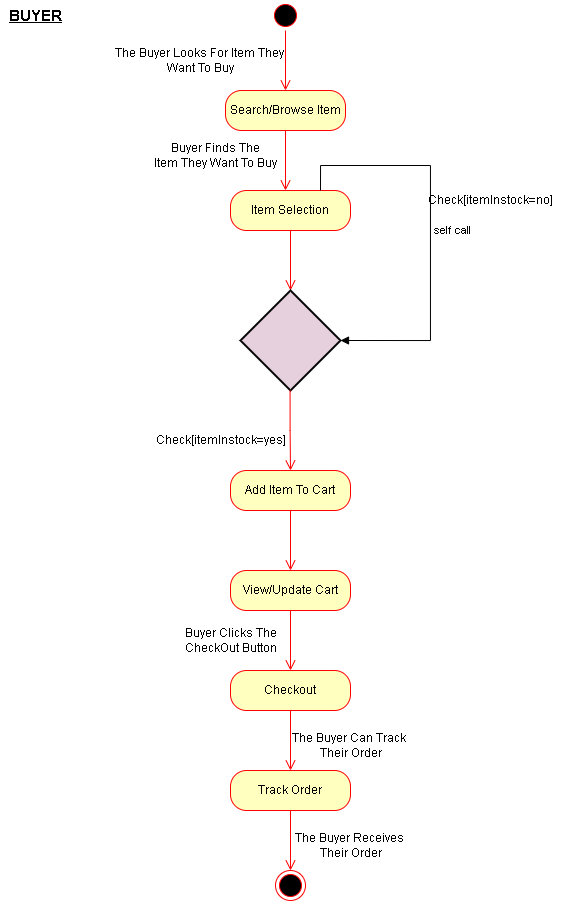
Earlier version of the draw.io export givealittle/UML diagramls/Process View/buyer_activityDiagram.png (tiisetsohub/GiveALittle). Source tidied: cells renumbered, new cells last; positions are measured from the earlier drawing's top-left corner, leaving out a move shared by most shapes.
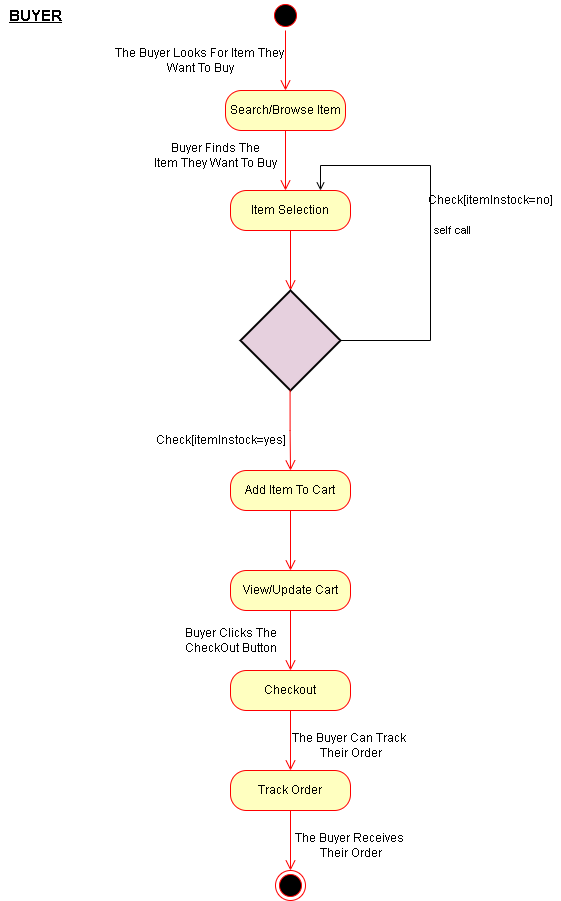
The same diagram one commit later.

What changed in the source:
```diff
@@ -67,7 +67,7 @@
     <mxCell id="18" value="Buyer Finds The&lt;br&gt;Item They Want To Buy" style="text;html=1;align=center;verticalAlign=middle;fillColor=none;strokeColor=none;rounded=0;" parent="1" vertex="1">
       <mxGeometry x="145" y="140" width="140" height="30" as="geometry" />
     </mxCell>
-    <mxCell id="19" value="self call" style="edgeStyle=orthogonalEdgeStyle;html=1;align=left;spacingLeft=2;endArrow=block;rounded=0;entryX=1;entryY=0.5;exitX=0.75;exitY=0;exitDx=0;exitDy=0;entryDx=0;entryDy=0;entryPerimeter=0;" parent="1" edge="1" source="6" target="26">
+    <mxCell id="19" value="self call" style="edgeStyle=orthogonalEdgeStyle;html=1;align=left;spacingLeft=2;endArrow=none;rounded=0;entryX=1;entryY=0.5;exitX=0.75;exitY=0;exitDx=0;exitDy=0;entryDx=0;entryDy=0;entryPerimeter=0;endFill=0;startArrow=open;startFill=0;" parent="1" edge="1" source="6" target="26">
       <mxGeometry relative="1" as="geometry">
         <Array as="points">
           <mxPoint x="320" y="165" />
```
